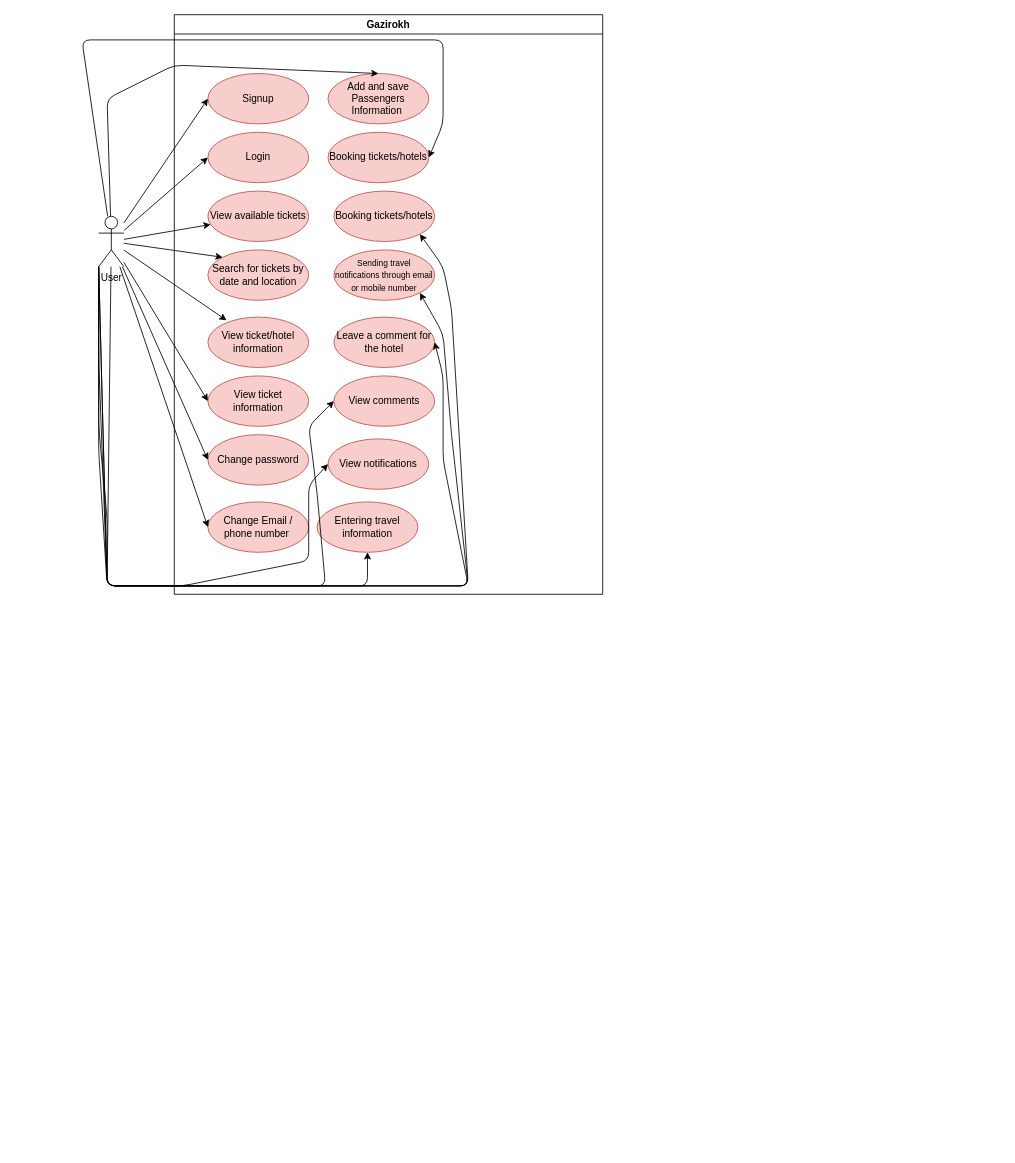
This is Gazirokh-docs/Diagrams/Usecase.drawio from MirHosseinAmiriNotash/Gazirokh, a draw.io file, before an edit. Source tidied: cells renumbered, new cells numbered last; positions are measured from the earlier drawing's top-left corner, leaving out a move shared by most shapes. Both pictures are drawn from the tidied source at 84%, with x=0, y=0 at pixel (81, 14).
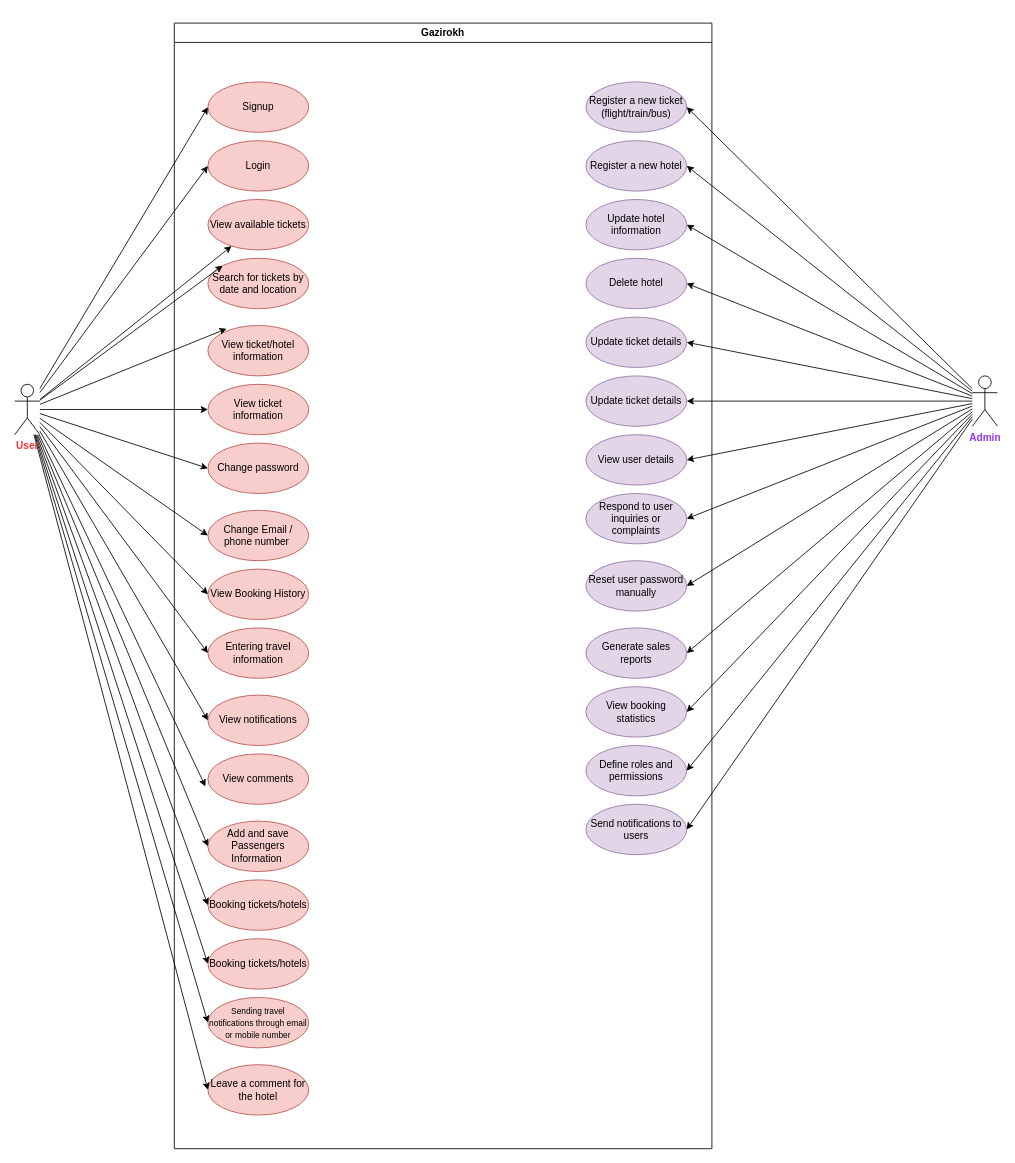
The same diagram, later.

Commit message:
Update Usecase diagram with additional user interactions and Admin inrteractions

Change to the diagram source:
```diff
@@
     <mxCell id="2" value="Gazirokh" style="swimlane;whiteSpace=wrap;html=1;" parent="1" vertex="1">
-      <mxGeometry x="110" width="510" height="690" as="geometry" />
+      <mxGeometry x="110" y="10" width="640" height="1340" as="geometry" />
     </mxCell>
@@
     <mxCell id="10" value="Add and save Passengers Information&amp;nbsp;" style="ellipse;whiteSpace=wrap;html=1;fillColor=#f8cecc;strokeColor=#b85450;" parent="2" vertex="1">
-      <mxGeometry x="183" y="70" width="120" height="60" as="geometry" />
+      <mxGeometry x="40" y="950" width="120" height="60" as="geometry" />
     </mxCell>
     <mxCell id="11" value="Booking tickets/hotels" style="ellipse;whiteSpace=wrap;html=1;fillColor=#f8cecc;strokeColor=#b85450;" parent="2" vertex="1">
-      <mxGeometry x="183" y="140" width="120" height="60" as="geometry" />
+      <mxGeometry x="40" y="1020" width="120" height="60" as="geometry" />
     </mxCell>
     <mxCell id="12" value="Booking tickets/hotels" style="ellipse;whiteSpace=wrap;html=1;fillColor=#f8cecc;strokeColor=#b85450;" parent="2" vertex="1">
-      <mxGeometry x="190" y="210" width="120" height="60" as="geometry" />
+      <mxGeometry x="40" y="1090" width="120" height="60" as="geometry" />
     </mxCell>
@@
     <mxCell id="14" value="&lt;font style=&quot;font-size: 10px;&quot;&gt;Sending travel notifications through email or mobile number&lt;/font&gt;" style="ellipse;whiteSpace=wrap;html=1;fillColor=#f8cecc;strokeColor=#b85450;" parent="2" vertex="1">
-      <mxGeometry x="190" y="280" width="120" height="60" as="geometry" />
+      <mxGeometry x="40" y="1160" width="120" height="60" as="geometry" />
     </mxCell>
     <mxCell id="15" value="&lt;font&gt;Leave a comment for the hotel&lt;/font&gt;" style="ellipse;whiteSpace=wrap;html=1;fillColor=#f8cecc;strokeColor=#b85450;" parent="2" vertex="1">
-      <mxGeometry x="190" y="360" width="120" height="60" as="geometry" />
+      <mxGeometry x="40" y="1240" width="120" height="60" as="geometry" />
     </mxCell>
     <mxCell id="16" value="&lt;font&gt;View comments&lt;/font&gt;" style="ellipse;whiteSpace=wrap;html=1;fillColor=#f8cecc;strokeColor=#b85450;" parent="2" vertex="1">
-      <mxGeometry x="190" y="430" width="120" height="60" as="geometry" />
+      <mxGeometry x="40" y="870" width="120" height="60" as="geometry" />
     </mxCell>
     <mxCell id="17" value="&lt;font&gt;View notifications&lt;/font&gt;" style="ellipse;whiteSpace=wrap;html=1;fillColor=#f8cecc;strokeColor=#b85450;" parent="2" vertex="1">
-      <mxGeometry x="183" y="505" width="120" height="60" as="geometry" />
+      <mxGeometry x="40" y="800" width="120" height="60" as="geometry" />
     </mxCell>
     <mxCell id="18" value="&lt;font&gt;Entering travel information&lt;/font&gt;" style="ellipse;whiteSpace=wrap;html=1;fillColor=#f8cecc;strokeColor=#b85450;" parent="2" vertex="1">
-      <mxGeometry x="170" y="580" width="120" height="60" as="geometry" />
+      <mxGeometry x="40" y="720" width="120" height="60" as="geometry" />
     </mxCell>
+    <mxCell id="36" value="Register a new ticket&lt;div&gt;(flight/train/bus)&lt;/div&gt;" style="ellipse;whiteSpace=wrap;html=1;fillColor=#e1d5e7;strokeColor=#9673a6;" parent="2" vertex="1">
+      <mxGeometry x="490" y="70" width="120" height="60" as="geometry" />
+    </mxCell>
+    <mxCell id="37" value="Register a new hotel" style="ellipse;whiteSpace=wrap;html=1;fillColor=#e1d5e7;strokeColor=#9673a6;" parent="2" vertex="1">
+      <mxGeometry x="490" y="140" width="120" height="60" as="geometry" />
+    </mxCell>
+    <mxCell id="38" value="Update hotel information" style="ellipse;whiteSpace=wrap;html=1;fillColor=#e1d5e7;strokeColor=#9673a6;" parent="2" vertex="1">
+      <mxGeometry x="490" y="210" width="120" height="60" as="geometry" />
+    </mxCell>
+    <mxCell id="39" value="Delete hotel" style="ellipse;whiteSpace=wrap;html=1;fillColor=#e1d5e7;strokeColor=#9673a6;" parent="2" vertex="1">
+      <mxGeometry x="490" y="280" width="120" height="60" as="geometry" />
+    </mxCell>
+    <mxCell id="40" value="Update ticket details" style="ellipse;whiteSpace=wrap;html=1;fillColor=#e1d5e7;strokeColor=#9673a6;" parent="2" vertex="1">
+      <mxGeometry x="490" y="350" width="120" height="60" as="geometry" />
+    </mxCell>
+    <mxCell id="41" value="Update ticket details" style="ellipse;whiteSpace=wrap;html=1;fillColor=#e1d5e7;strokeColor=#9673a6;" parent="2" vertex="1">
+      <mxGeometry x="490" y="420" width="120" height="60" as="geometry" />
+    </mxCell>
+    <mxCell id="42" value="View user details" style="ellipse;whiteSpace=wrap;html=1;fillColor=#e1d5e7;strokeColor=#9673a6;" parent="2" vertex="1">
+      <mxGeometry x="490" y="490" width="120" height="60" as="geometry" />
+    </mxCell>
+    <mxCell id="43" value="Respond to user inquiries or complaints" style="ellipse;whiteSpace=wrap;html=1;fillColor=#e1d5e7;strokeColor=#9673a6;" parent="2" vertex="1">
+      <mxGeometry x="490" y="560" width="120" height="60" as="geometry" />
+    </mxCell>
+    <mxCell id="44" value="Reset user password manually" style="ellipse;whiteSpace=wrap;html=1;fillColor=#e1d5e7;strokeColor=#9673a6;" parent="2" vertex="1">
+      <mxGeometry x="490" y="640" width="120" height="60" as="geometry" />
+    </mxCell>
+    <mxCell id="45" value="Generate sales reports" style="ellipse;whiteSpace=wrap;html=1;fillColor=#e1d5e7;strokeColor=#9673a6;" parent="2" vertex="1">
+      <mxGeometry x="490" y="720" width="120" height="60" as="geometry" />
+    </mxCell>
+    <mxCell id="46" value="View booking statistics" style="ellipse;whiteSpace=wrap;html=1;fillColor=#e1d5e7;strokeColor=#9673a6;" parent="2" vertex="1">
+      <mxGeometry x="490" y="790" width="120" height="60" as="geometry" />
+    </mxCell>
+    <mxCell id="47" value="Define roles and permissions" style="ellipse;whiteSpace=wrap;html=1;fillColor=#e1d5e7;strokeColor=#9673a6;" parent="2" vertex="1">
+      <mxGeometry x="490" y="860" width="120" height="60" as="geometry" />
+    </mxCell>
+    <mxCell id="48" value="Send notifications to users" style="ellipse;whiteSpace=wrap;html=1;fillColor=#e1d5e7;strokeColor=#9673a6;" parent="2" vertex="1">
+      <mxGeometry x="490" y="930" width="120" height="60" as="geometry" />
+    </mxCell>
+    <mxCell id="49" value="View Booking History" style="ellipse;whiteSpace=wrap;html=1;fillColor=#f8cecc;strokeColor=#b85450;" parent="2" vertex="1">
+      <mxGeometry x="40" y="650" width="120" height="60" as="geometry" />
+    </mxCell>
@@
+    <mxCell id="50" style="edgeStyle=none;html=1;entryX=0;entryY=0.5;entryDx=0;entryDy=0;" parent="1" edge="1" source="34" target="49">
+      <mxGeometry relative="1" as="geometry" />
+    </mxCell>
+    <mxCell id="33" style="edgeStyle=none;html=1;entryX=0;entryY=0.5;entryDx=0;entryDy=0;" parent="1" edge="1" source="34" target="18">
+      <mxGeometry relative="1" as="geometry" />
+    </mxCell>
+    <mxCell id="32" style="edgeStyle=none;html=1;entryX=0;entryY=0.5;entryDx=0;entryDy=0;" parent="1" edge="1" source="34" target="17">
+      <mxGeometry relative="1" as="geometry" />
+    </mxCell>
-    <mxCell id="26" style="edgeStyle=none;html=1;entryX=0.5;entryY=0;entryDx=0;entryDy=0;" parent="1" edge="1" source="34" target="10">
-      <mxGeometry relative="1" as="geometry">
-        <Array as="points">
-          <mxPoint x="30" y="100" />
-          <mxPoint x="110" y="60" />
-        </Array>
-      </mxGeometry>
+    <mxCell id="26" style="edgeStyle=none;html=1;entryX=0;entryY=0.5;entryDx=0;entryDy=0;" parent="1" edge="1" source="34" target="10">
+      <mxGeometry relative="1" as="geometry" />
     </mxCell>
-    <mxCell id="27" style="edgeStyle=none;html=1;entryX=1;entryY=0.5;entryDx=0;entryDy=0;" parent="1" edge="1" source="34" target="11">
-      <mxGeometry relative="1" as="geometry">
-        <Array as="points">
-          <mxPoint y="30" />
-          <mxPoint x="430" y="30" />
-          <mxPoint x="430" y="90" />
-          <mxPoint x="430" y="130" />
-        </Array>
-      </mxGeometry>
+    <mxCell id="27" style="edgeStyle=none;html=1;entryX=0;entryY=0.5;entryDx=0;entryDy=0;" parent="1" edge="1" source="34" target="11">
+      <mxGeometry relative="1" as="geometry" />
     </mxCell>
+    <mxCell id="29" style="edgeStyle=none;html=1;entryX=0;entryY=0.5;entryDx=0;entryDy=0;" parent="1" edge="1" source="34" target="12">
+      <mxGeometry relative="1" as="geometry" />
+    </mxCell>
-    <mxCell id="28" style="edgeStyle=none;html=1;entryX=1;entryY=1;entryDx=0;entryDy=0;exitX=0;exitY=1;exitDx=0;exitDy=0;exitPerimeter=0;" parent="1" edge="1" source="34" target="14">
-      <mxGeometry relative="1" as="geometry">
-        <Array as="points">
-          <mxPoint x="30" y="680" />
-          <mxPoint x="230" y="680" />
-          <mxPoint x="360" y="680" />
-          <mxPoint x="460" y="680" />
-          <mxPoint x="440" y="500" />
-          <mxPoint x="430" y="380" />
-        </Array>
-      </mxGeometry>
+    <mxCell id="28" style="edgeStyle=none;html=1;entryX=0;entryY=0.5;entryDx=0;entryDy=0;" parent="1" edge="1" source="34" target="14">
+      <mxGeometry relative="1" as="geometry" />
     </mxCell>
-    <mxCell id="29" style="edgeStyle=none;html=1;entryX=1;entryY=1;entryDx=0;entryDy=0;exitX=0;exitY=1;exitDx=0;exitDy=0;exitPerimeter=0;" parent="1" edge="1" source="34" target="12">
-      <mxGeometry relative="1" as="geometry">
-        <Array as="points">
-          <mxPoint x="30" y="680" />
-          <mxPoint x="460" y="680" />
-          <mxPoint x="440" y="350" />
-          <mxPoint x="430" y="300" />
-        </Array>
-      </mxGeometry>
-    </mxCell>
-    <mxCell id="30" style="edgeStyle=none;html=1;exitX=0;exitY=1;exitDx=0;exitDy=0;exitPerimeter=0;entryX=1;entryY=0.5;entryDx=0;entryDy=0;" parent="1" edge="1" source="34" target="15">
-      <mxGeometry relative="1" as="geometry">
-        <Array as="points">
-          <mxPoint x="20" y="410" />
-          <mxPoint x="30" y="680" />
-          <mxPoint x="360" y="680" />
-          <mxPoint x="460" y="680" />
-          <mxPoint x="430" y="530" />
-          <mxPoint x="430" y="430" />
-        </Array>
-      </mxGeometry>
+    <mxCell id="30" style="edgeStyle=none;html=1;entryX=0;entryY=0.5;entryDx=0;entryDy=0;" parent="1" edge="1" source="34" target="15">
+      <mxGeometry relative="1" as="geometry" />
     </mxCell>
-    <mxCell id="31" style="edgeStyle=none;html=1;entryX=0;entryY=0.5;entryDx=0;entryDy=0;exitX=0;exitY=1;exitDx=0;exitDy=0;exitPerimeter=0;" parent="1" edge="1" source="34" target="16">
-      <mxGeometry relative="1" as="geometry">
-        <Array as="points">
-          <mxPoint x="20" y="490" />
-          <mxPoint x="30" y="600" />
-          <mxPoint x="30" y="680" />
-          <mxPoint x="90" y="680" />
-          <mxPoint x="290" y="680" />
-          <mxPoint x="280" y="570" />
-          <mxPoint x="270" y="490" />
-        </Array>
-      </mxGeometry>
-    </mxCell>
-    <mxCell id="32" style="edgeStyle=none;html=1;entryX=0;entryY=0.5;entryDx=0;entryDy=0;exitX=0;exitY=1;exitDx=0;exitDy=0;exitPerimeter=0;" parent="1" edge="1" source="34" target="17">
-      <mxGeometry relative="1" as="geometry">
-        <Array as="points">
-          <mxPoint x="20" y="520" />
-          <mxPoint x="30" y="680" />
-          <mxPoint x="120" y="680" />
-          <mxPoint x="270" y="650" />
-          <mxPoint x="270" y="560" />
-        </Array>
-      </mxGeometry>
-    </mxCell>
-    <mxCell id="33" style="edgeStyle=none;html=1;entryX=0.5;entryY=1;entryDx=0;entryDy=0;" parent="1" edge="1" source="34" target="18">
-      <mxGeometry relative="1" as="geometry">
-        <Array as="points">
-          <mxPoint x="30" y="680" />
-          <mxPoint x="340" y="680" />
-        </Array>
-      </mxGeometry>
-    </mxCell>
-    <mxCell id="34" value="User&lt;div&gt;&lt;br&gt;&lt;/div&gt;" style="shape=umlActor;verticalLabelPosition=bottom;verticalAlign=top;html=1;" parent="1" vertex="1">
-      <mxGeometry x="20" y="240" width="30" height="60" as="geometry" />
+    <mxCell id="34" value="&lt;b&gt;&lt;font style=&quot;color: rgb(255, 51, 51);&quot;&gt;User&lt;/font&gt;&lt;/b&gt;&lt;div&gt;&lt;br&gt;&lt;/div&gt;" style="shape=umlActor;verticalLabelPosition=bottom;verticalAlign=top;html=1;" parent="1" vertex="1">
+      <mxGeometry x="-80" y="440" width="30" height="60" as="geometry" />
     </mxCell>
@@
+    <mxCell id="51" style="edgeStyle=none;html=1;entryX=1;entryY=0.5;entryDx=0;entryDy=0;" parent="1" edge="1" source="64" target="36">
+      <mxGeometry relative="1" as="geometry" />
+    </mxCell>
+    <mxCell id="52" style="edgeStyle=none;html=1;entryX=1;entryY=0.5;entryDx=0;entryDy=0;" parent="1" edge="1" source="64" target="37">
+      <mxGeometry relative="1" as="geometry" />
+    </mxCell>
+    <mxCell id="53" style="edgeStyle=none;html=1;entryX=1;entryY=0.5;entryDx=0;entryDy=0;" parent="1" edge="1" source="64" target="38">
+      <mxGeometry relative="1" as="geometry" />
+    </mxCell>
+    <mxCell id="54" style="edgeStyle=none;html=1;entryX=1;entryY=0.5;entryDx=0;entryDy=0;" parent="1" edge="1" source="64" target="39">
+      <mxGeometry relative="1" as="geometry" />
+    </mxCell>
+    <mxCell id="55" style="edgeStyle=none;html=1;entryX=1;entryY=0.5;entryDx=0;entryDy=0;" parent="1" edge="1" source="64" target="40">
+      <mxGeometry relative="1" as="geometry" />
+    </mxCell>
+    <mxCell id="56" style="edgeStyle=none;html=1;entryX=1;entryY=0.5;entryDx=0;entryDy=0;" parent="1" edge="1" source="64" target="41">
+      <mxGeometry relative="1" as="geometry" />
+    </mxCell>
+    <mxCell id="57" style="edgeStyle=none;html=1;entryX=1;entryY=0.5;entryDx=0;entryDy=0;" parent="1" edge="1" source="64" target="42">
+      <mxGeometry relative="1" as="geometry" />
+    </mxCell>
+    <mxCell id="58" style="edgeStyle=none;html=1;entryX=1;entryY=0.5;entryDx=0;entryDy=0;" parent="1" edge="1" source="64" target="43">
+      <mxGeometry relative="1" as="geometry" />
+    </mxCell>
+    <mxCell id="59" style="edgeStyle=none;html=1;entryX=1;entryY=0.5;entryDx=0;entryDy=0;" parent="1" edge="1" source="64" target="44">
+      <mxGeometry relative="1" as="geometry" />
+    </mxCell>
+    <mxCell id="60" style="edgeStyle=none;html=1;entryX=1;entryY=0.5;entryDx=0;entryDy=0;" parent="1" edge="1" source="64" target="45">
+      <mxGeometry relative="1" as="geometry" />
+    </mxCell>
+    <mxCell id="61" style="edgeStyle=none;html=1;entryX=1;entryY=0.5;entryDx=0;entryDy=0;" parent="1" edge="1" source="64" target="46">
+      <mxGeometry relative="1" as="geometry" />
+    </mxCell>
+    <mxCell id="62" style="edgeStyle=none;html=1;entryX=1;entryY=0.5;entryDx=0;entryDy=0;" parent="1" edge="1" source="64" target="47">
+      <mxGeometry relative="1" as="geometry" />
+    </mxCell>
+    <mxCell id="63" style="edgeStyle=none;html=1;entryX=1;entryY=0.5;entryDx=0;entryDy=0;" parent="1" edge="1" source="64" target="48">
+      <mxGeometry relative="1" as="geometry" />
+    </mxCell>
+    <mxCell id="64" value="&lt;b&gt;&lt;font style=&quot;color: rgb(153, 51, 255);&quot;&gt;Admin&lt;/font&gt;&lt;/b&gt;" style="shape=umlActor;verticalLabelPosition=bottom;verticalAlign=top;html=1;" parent="1" vertex="1">
+      <mxGeometry x="1060" y="430" width="30" height="60" as="geometry" />
+    </mxCell>
+    <mxCell id="31" style="edgeStyle=none;html=1;entryX=-0.025;entryY=0.645;entryDx=0;entryDy=0;entryPerimeter=0;" parent="1" edge="1" source="34" target="16">
+      <mxGeometry relative="1" as="geometry" />
+    </mxCell>
```
